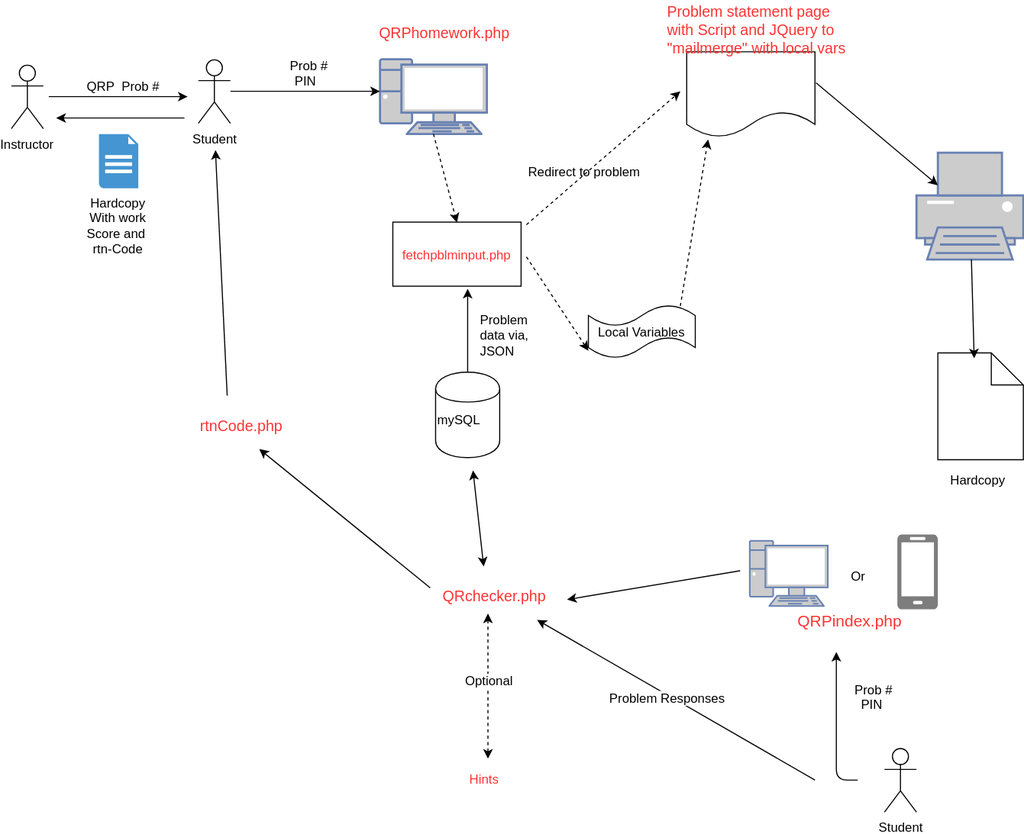
Above: Documentation/QRproblem flow.svg in gwagnerj/QRP (draw.io), before the change. Source tidied: cells renumbered, new cells last; positions are measured from the earlier drawing's top-left corner, leaving out a move shared by most shapes.
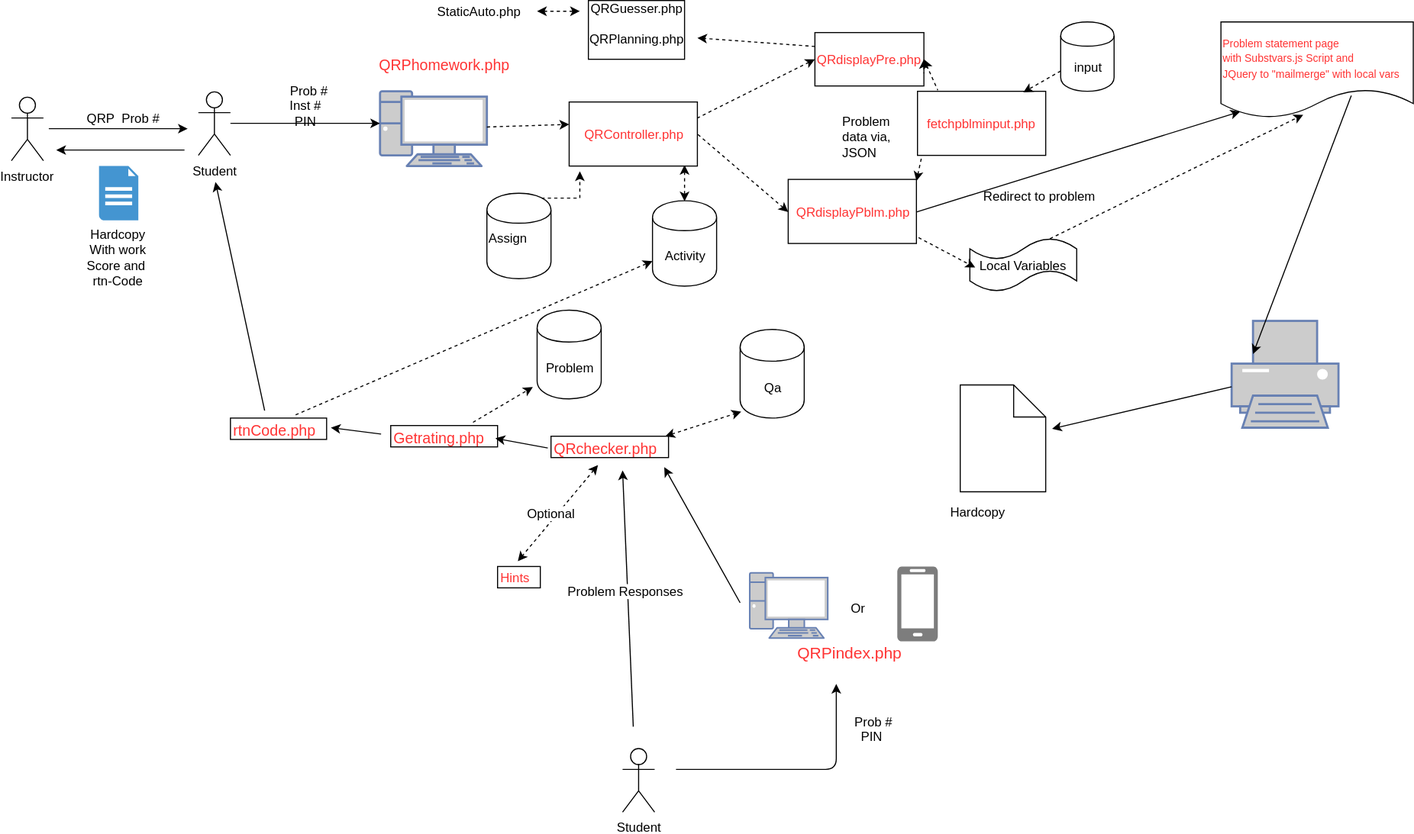
The same file after the commit.

Commit message:
Bug fix in that the pblm num so it is never a game problem

What changed in the source:
```diff
@@ -16,3 +16,3 @@
     </mxCell>
-    <mxCell id="5" value="QRP&amp;nbsp; Prob #" style="text;html=1;strokeColor=none;fillColor=none;align=center;verticalAlign=middle;whiteSpace=wrap;rounded=0;" parent="1" vertex="1">
+    <mxCell id="5" value="QRP&amp;nbsp; Prob #&lt;br&gt;" style="text;html=1;strokeColor=none;fillColor=none;align=center;verticalAlign=middle;whiteSpace=wrap;rounded=0;" parent="1" vertex="1">
       <mxGeometry x="65" y="70" width="80" height="20" as="geometry" />
@@ -25,3 +25,3 @@
     </mxCell>
-    <mxCell id="8" value="&amp;nbsp; Prob #&lt;br&gt;PIN" style="text;html=1;strokeColor=none;fillColor=none;align=center;verticalAlign=middle;whiteSpace=wrap;rounded=0;" parent="1" vertex="1">
+    <mxCell id="8" value="&amp;nbsp; Prob #&lt;br&gt;Inst #&lt;br&gt;PIN" style="text;html=1;strokeColor=none;fillColor=none;align=center;verticalAlign=middle;whiteSpace=wrap;rounded=0;" parent="1" vertex="1">
       <mxGeometry x="251.5" y="55" width="47" height="25" as="geometry" />
@@ -37,36 +37,36 @@
     <mxCell id="10" style="shape=document;whiteSpace=wrap;html=1;boundedLbl=1;" parent="1" vertex="1">
-      <mxGeometry x="632" y="48" width="120" height="80" as="geometry" />
+      <mxGeometry x="1132" y="-10" width="180" height="90" as="geometry" />
     </mxCell>
-    <mxCell id="11" value="&lt;font color=&quot;#ff3333&quot; style=&quot;font-size: 14px&quot;&gt;Problem statement page&lt;br&gt;with Script and JQuery to &lt;br&gt;&quot;mailmerge&quot; with local vars&lt;/font&gt;&lt;br&gt;" style="text;html=1;align=left;verticalAlign=top;spacingTop=-4;" parent="1" vertex="1">
-      <mxGeometry x="612" width="180" height="50" as="geometry" />
+    <mxCell id="11" value="&lt;font color=&quot;#ff3333&quot; style=&quot;font-size: 10px&quot;&gt;Problem statement page&lt;br&gt;with Substvars.js Script and &lt;br&gt;JQuery to &quot;mailmerge&quot; with local vars&lt;/font&gt;&lt;br&gt;" style="text;html=1;align=left;verticalAlign=top;spacingTop=-4;" parent="1" vertex="1">
+      <mxGeometry x="1132" width="180" height="50" as="geometry" />
     </mxCell>
+    <mxCell id="48" style="edgeStyle=orthogonalEdgeStyle;rounded=0;jettySize=auto;html=1;exitX=0.85;exitY=0.05;exitDx=0;exitDy=0;exitPerimeter=0;dashed=1;" parent="1" edge="1" source="12">
+      <mxGeometry relative="1" as="geometry">
+        <mxPoint x="532" y="130" as="targetPoint" />
+      </mxGeometry>
+    </mxCell>
     <mxCell id="12" style="shape=cylinder;whiteSpace=wrap;html=1;boundedLbl=1;backgroundOutline=1;" parent="1" vertex="1">
-      <mxGeometry x="397" y="348" width="60" height="80" as="geometry" />
+      <mxGeometry x="445" y="150.5" width="60" height="80" as="geometry" />
     </mxCell>
-    <mxCell id="13" style="endArrow=classic;html=1;exitX=0.5;exitY=1;exitPerimeter=0;entryX=0.5;entryY=0;dashed=1;" parent="1" edge="1" source="6" target="35">
-      <mxGeometry relative="1" as="geometry" />
+    <mxCell id="13" style="endArrow=classic;html=1;dashed=1;" parent="1" edge="1" source="6">
+      <mxGeometry relative="1" as="geometry">
+        <mxPoint x="522" y="86" as="targetPoint" />
+      </mxGeometry>
     </mxCell>
-    <mxCell id="14" value="mySQL&lt;br&gt;&lt;br&gt;" style="text;html=1;align=left;verticalAlign=top;spacingTop=-4;" parent="1" vertex="1">
-      <mxGeometry x="397" y="383" width="60" height="30" as="geometry" />
+    <mxCell id="14" value="Assign&lt;br&gt;" style="text;html=1;align=left;verticalAlign=top;spacingTop=-4;" parent="1" vertex="1">
+      <mxGeometry x="445" y="182.5" width="50" height="20" as="geometry" />
     </mxCell>
-    <mxCell id="15" style="endArrow=classic;html=1;exitX=0.5;exitY=0;" parent="1" edge="1" source="12">
-      <mxGeometry relative="1" as="geometry">
-        <mxPoint x="427" y="270" as="targetPoint" />
-      </mxGeometry>
-    </mxCell>
     <mxCell id="16" value="Problem&lt;br&gt;data via,&lt;br&gt;JSON&lt;br&gt;" style="text;html=1;align=left;verticalAlign=top;spacingTop=-4;" parent="1" vertex="1">
-      <mxGeometry x="437" y="290" width="60" height="40" as="geometry" />
+      <mxGeometry x="775.5" y="74" width="60" height="40" as="geometry" />
     </mxCell>
+    <mxCell id="49" style="rounded=0;jettySize=auto;html=1;exitX=0.75;exitY=0;exitDx=0;exitDy=0;exitPerimeter=0;entryX=0.428;entryY=0.967;entryDx=0;entryDy=0;dashed=1;startArrow=none;startFill=0;endArrow=classic;endFill=1;entryPerimeter=0;" parent="1" edge="1" source="17" target="10">
+      <mxGeometry relative="1" as="geometry" />
+    </mxCell>
     <mxCell id="17" value="Local Variables" style="shape=tape;whiteSpace=wrap;html=1;" parent="1" vertex="1">
-      <mxGeometry x="540" y="285" width="100" height="50" as="geometry" />
+      <mxGeometry x="897" y="192.5" width="100" height="50" as="geometry" />
     </mxCell>
-    <mxCell id="18" style="endArrow=classic;html=1;dashed=1;exitX=0.86;exitY=0.01;exitPerimeter=0;" parent="1" edge="1" source="17">
-      <mxGeometry relative="1" as="geometry">
-        <mxPoint x="652" y="130" as="targetPoint" />
-      </mxGeometry>
-    </mxCell>
     <mxCell id="19" style="fontColor=#0066CC;verticalAlign=top;verticalLabelPosition=bottom;labelPosition=center;align=center;html=1;outlineConnect=0;fillColor=#CCCCCC;strokeColor=#6881B3;gradientColor=none;gradientDirection=north;strokeWidth=2;shape=mxgraph.networks.printer;" parent="1" vertex="1">
-      <mxGeometry x="847" y="142.5" width="100" height="100" as="geometry" />
+      <mxGeometry x="1142" y="270" width="100" height="100" as="geometry" />
     </mxCell>
-    <mxCell id="20" style="endArrow=classic;html=1;exitX=1.008;exitY=0.363;exitPerimeter=0;entryX=0.2;entryY=0.305;entryPerimeter=0;" parent="1" edge="1" source="10" target="19">
+    <mxCell id="20" style="endArrow=classic;html=1;exitX=0.675;exitY=0.763;exitPerimeter=0;entryX=0.2;entryY=0.305;entryPerimeter=0;exitDx=0;exitDy=0;" parent="1" edge="1" source="10" target="19">
       <mxGeometry relative="1" as="geometry" />
@@ -77,3 +77,3 @@
     <mxCell id="22" style="shape=note;whiteSpace=wrap;html=1;backgroundOutline=1;" parent="1" vertex="1">
-      <mxGeometry x="867" y="330" width="80" height="100" as="geometry" />
+      <mxGeometry x="888" y="330" width="80" height="100" as="geometry" />
     </mxCell>
@@ -93,3 +93,3 @@
       <mxGeometry relative="1" as="geometry">
-        <mxPoint x="792" y="730" as="sourcePoint" />
+        <mxPoint x="622" y="690" as="sourcePoint" />
         <mxPoint x="772" y="610" as="targetPoint" />
@@ -103,18 +103,13 @@
     </mxCell>
-    <mxCell id="29" value="&lt;font style=&quot;font-size: 14px&quot; color=&quot;#ff3333&quot;&gt;QRchecker.php&lt;/font&gt;" style="text;html=1;points=[];align=left;verticalAlign=top;spacingTop=-4;" parent="1" vertex="1">
-      <mxGeometry x="402" y="547" width="110" height="20" as="geometry" />
+    <mxCell id="29" value="&lt;font style=&quot;font-size: 14px&quot; color=&quot;#ff3333&quot;&gt;QRchecker.php&lt;/font&gt;" style="text;html=1;points=[];align=left;verticalAlign=top;spacingTop=-4;strokeColor=#000000;strokeWidth=1;" parent="1" vertex="1">
+      <mxGeometry x="505" y="378" width="110" height="20" as="geometry" />
     </mxCell>
-    <mxCell id="30" value="&lt;font style=&quot;font-size: 14px&quot; color=&quot;#ff3333&quot;&gt;rtnCode.php&lt;/font&gt;" style="text;html=1;points=[];align=left;verticalAlign=top;spacingTop=-4;" parent="1" vertex="1">
-      <mxGeometry x="175" y="388" width="90" height="20" as="geometry" />
+    <mxCell id="30" value="&lt;font style=&quot;font-size: 14px&quot; color=&quot;#ff3333&quot;&gt;rtnCode.php&lt;/font&gt;" style="text;html=1;points=[];align=left;verticalAlign=top;spacingTop=-4;strokeColor=#000000;strokeWidth=1;" parent="1" vertex="1">
+      <mxGeometry x="205" y="361" width="90" height="20" as="geometry" />
     </mxCell>
-    <mxCell id="31" value="&lt;font color=&quot;#ff3333&quot;&gt;Hints&lt;/font&gt;" style="text;html=1;points=[];align=left;verticalAlign=top;spacingTop=-4;" parent="1" vertex="1">
-      <mxGeometry x="427" y="720" width="40" height="20" as="geometry" />
+    <mxCell id="31" value="&lt;font color=&quot;#ff3333&quot;&gt;Hints&lt;/font&gt;" style="text;html=1;points=[];align=left;verticalAlign=top;spacingTop=-4;strokeColor=#000000;" parent="1" vertex="1">
+      <mxGeometry x="455" y="500" width="40" height="20" as="geometry" />
     </mxCell>
-    <mxCell id="32" style="endArrow=classic;startArrow=classic;html=1;exitX=0.4;exitY=1.35;exitPerimeter=0;dashed=1;" parent="1" edge="1" source="29">
-      <mxGeometry relative="1" as="geometry">
-        <mxPoint x="446" y="710" as="targetPoint" />
-        <Array as="points">
-          <mxPoint x="446" y="650" />
-        </Array>
-      </mxGeometry>
+    <mxCell id="32" style="endArrow=classic;startArrow=classic;html=1;exitX=0.4;exitY=1.35;exitPerimeter=0;dashed=1;entryX=0.475;entryY=-0.25;entryDx=0;entryDy=0;entryPerimeter=0;" parent="1" edge="1" source="29" target="31">
+      <mxGeometry relative="1" as="geometry" />
     </mxCell>
@@ -125,29 +120,21 @@
     </mxCell>
-    <mxCell id="34" style="endArrow=classic;html=1;exitX=-0.091;exitY=0.15;exitPerimeter=0;" parent="1" edge="1" source="29">
-      <mxGeometry relative="1" as="geometry">
-        <mxPoint x="232" y="420" as="targetPoint" />
-      </mxGeometry>
+    <mxCell id="34" style="endArrow=classic;html=1;exitX=-0.027;exitY=0.55;exitPerimeter=0;entryX=0.978;entryY=0.6;entryDx=0;entryDy=0;entryPerimeter=0;exitDx=0;exitDy=0;" parent="1" edge="1" source="29" target="65">
+      <mxGeometry relative="1" as="geometry" />
     </mxCell>
     <mxCell id="35" value="&lt;span&gt;&lt;font color=&quot;#ff3333&quot;&gt;fetchpblminput.php&lt;/font&gt;&lt;/span&gt;&lt;br&gt;" style="rounded=0;whiteSpace=wrap;html=1;" parent="1" vertex="1">
-      <mxGeometry x="357" y="207.5" width="120" height="60" as="geometry" />
+      <mxGeometry x="848" y="55" width="120" height="60" as="geometry" />
     </mxCell>
-    <mxCell id="36" style="endArrow=classic;html=1;dashed=1;entryX=0;entryY=0.85;entryPerimeter=0;" parent="1" edge="1" target="17">
+    <mxCell id="36" style="endArrow=classic;html=1;dashed=1;exitX=1.017;exitY=0.908;exitDx=0;exitDy=0;exitPerimeter=0;" parent="1" edge="1" source="56">
       <mxGeometry relative="1" as="geometry">
-        <mxPoint x="482" y="240" as="sourcePoint" />
+        <mxPoint x="902" y="220" as="targetPoint" />
       </mxGeometry>
     </mxCell>
-    <mxCell id="37" style="endArrow=classic;html=1;entryX=0.425;entryY=0.05;entryPerimeter=0;" parent="1" edge="1" source="19" target="22">
+    <mxCell id="37" style="endArrow=classic;html=1;entryX=1.075;entryY=0.41;entryPerimeter=0;entryDx=0;entryDy=0;" parent="1" edge="1" source="19" target="22">
       <mxGeometry relative="1" as="geometry" />
     </mxCell>
-    <mxCell id="38" style="endArrow=classic;html=1;dashed=1;entryX=-0.05;entryY=0.463;entryPerimeter=0;" parent="1" edge="1" target="10">
-      <mxGeometry relative="1" as="geometry">
-        <mxPoint x="482" y="210" as="sourcePoint" />
-      </mxGeometry>
-    </mxCell>
     <mxCell id="39" value="Redirect to problem" style="text;html=1;align=left;verticalAlign=top;spacingTop=-4;" parent="1" vertex="1">
-      <mxGeometry x="482" y="151" width="120" height="20" as="geometry" />
+      <mxGeometry x="908" y="144" width="120" height="20" as="geometry" />
     </mxCell>
-    <mxCell id="40" style="endArrow=classic;html=1;" parent="1" edge="1">
+    <mxCell id="40" style="endArrow=classic;html=1;exitX=0.356;exitY=-0.35;exitDx=0;exitDy=0;exitPerimeter=0;" parent="1" edge="1" source="30">
       <mxGeometry relative="1" as="geometry">
-        <mxPoint x="202" y="370" as="sourcePoint" />
         <mxPoint x="191" y="140" as="targetPoint" />
@@ -162,5 +149,5 @@
     <mxCell id="42" value="Student" style="shape=umlActor;verticalLabelPosition=bottom;labelBackgroundColor=#ffffff;verticalAlign=top;html=1;" parent="1" vertex="1">
-      <mxGeometry x="817" y="700" width="30" height="60" as="geometry" />
+      <mxGeometry x="572" y="670" width="30" height="60" as="geometry" />
     </mxCell>
-    <mxCell id="43" style="endArrow=classic;html=1;entryX=1.073;entryY=0.7;entryPerimeter=0;" parent="1" edge="1" target="29">
+    <mxCell id="43" style="endArrow=classic;html=1;entryX=0.964;entryY=1.45;entryPerimeter=0;entryDx=0;entryDy=0;" parent="1" edge="1" target="29">
       <mxGeometry relative="1" as="geometry">
@@ -169,6 +156,5 @@
     </mxCell>
-    <mxCell id="44" style="endArrow=classic;startArrow=classic;html=1;" parent="1" edge="1">
+    <mxCell id="44" style="endArrow=classic;startArrow=classic;html=1;entryX=0.017;entryY=0.928;entryDx=0;entryDy=0;dashed=1;entryPerimeter=0;" parent="1" edge="1" target="64">
       <mxGeometry relative="1" as="geometry">
-        <mxPoint x="442" y="530" as="sourcePoint" />
-        <mxPoint x="432" y="440" as="targetPoint" />
+        <mxPoint x="612" y="378" as="sourcePoint" />
       </mxGeometry>
@@ -177,4 +163,4 @@
       <mxGeometry relative="1" as="geometry">
-        <mxPoint x="752" y="730" as="sourcePoint" />
-        <mxPoint x="492" y="580" as="targetPoint" />
+        <mxPoint x="582" y="650" as="sourcePoint" />
+        <mxPoint x="572" y="410" as="targetPoint" />
       </mxGeometry>
@@ -187,2 +173,75 @@
     </mxCell>
+    <mxCell id="50" style="edgeStyle=orthogonalEdgeStyle;rounded=0;jettySize=auto;html=1;exitX=0.9;exitY=0.983;exitDx=0;exitDy=0;entryX=0.5;entryY=0;entryDx=0;entryDy=0;exitPerimeter=0;dashed=1;startArrow=classic;startFill=1;" parent="1" edge="1" source="51" target="52">
+      <mxGeometry relative="1" as="geometry" />
+    </mxCell>
+    <mxCell id="51" value="&lt;span&gt;&lt;font color=&quot;#ff3333&quot;&gt;QRController.php&lt;/font&gt;&lt;/span&gt;&lt;br&gt;" style="rounded=0;whiteSpace=wrap;html=1;" parent="1" vertex="1">
+      <mxGeometry x="522" y="65" width="120" height="60" as="geometry" />
+    </mxCell>
+    <mxCell id="52" value="Activity" style="shape=cylinder;whiteSpace=wrap;html=1;boundedLbl=1;backgroundOutline=1;" parent="1" vertex="1">
+      <mxGeometry x="600" y="157.5" width="60" height="80" as="geometry" />
+    </mxCell>
+    <mxCell id="53" style="edgeStyle=none;rounded=0;jettySize=auto;html=1;exitX=1;exitY=0.025;exitDx=0;exitDy=0;entryX=0.033;entryY=1.017;entryDx=0;entryDy=0;entryPerimeter=0;dashed=1;startArrow=classic;startFill=1;endArrow=none;endFill=0;exitPerimeter=0;" parent="1" edge="1" source="56" target="35">
+      <mxGeometry relative="1" as="geometry" />
+    </mxCell>
+    <mxCell id="54" style="edgeStyle=none;rounded=0;jettySize=auto;html=1;exitX=0;exitY=0.5;exitDx=0;exitDy=0;entryX=1;entryY=0.5;entryDx=0;entryDy=0;dashed=1;startArrow=classic;startFill=1;endArrow=none;endFill=0;" parent="1" edge="1" source="56" target="51">
+      <mxGeometry relative="1" as="geometry" />
+    </mxCell>
+    <mxCell id="55" style="rounded=0;jettySize=auto;html=1;exitX=1;exitY=0.5;exitDx=0;exitDy=0;entryX=0.1;entryY=0.933;entryDx=0;entryDy=0;entryPerimeter=0;startArrow=none;startFill=0;endArrow=classic;endFill=1;" parent="1" edge="1" source="56" target="10">
+      <mxGeometry relative="1" as="geometry" />
+    </mxCell>
+    <mxCell id="56" value="&lt;span&gt;&lt;font color=&quot;#ff3333&quot;&gt;QRdisplayPblm.php&lt;/font&gt;&lt;/span&gt;&lt;br&gt;" style="rounded=0;whiteSpace=wrap;html=1;" parent="1" vertex="1">
+      <mxGeometry x="727" y="137.5" width="120" height="60" as="geometry" />
+    </mxCell>
+    <mxCell id="57" style="edgeStyle=none;rounded=0;jettySize=auto;html=1;exitX=0;exitY=0.5;exitDx=0;exitDy=0;entryX=1;entryY=0.25;entryDx=0;entryDy=0;dashed=1;startArrow=classic;startFill=1;endArrow=none;endFill=0;" parent="1" edge="1" source="60" target="51">
+      <mxGeometry relative="1" as="geometry" />
+    </mxCell>
+    <mxCell id="58" style="edgeStyle=none;rounded=0;jettySize=auto;html=1;exitX=1;exitY=0.5;exitDx=0;exitDy=0;entryX=0.158;entryY=-0.017;entryDx=0;entryDy=0;entryPerimeter=0;dashed=1;startArrow=classic;startFill=1;endArrow=none;endFill=0;" parent="1" edge="1" source="60" target="35">
+      <mxGeometry relative="1" as="geometry" />
+    </mxCell>
+    <mxCell id="59" style="edgeStyle=none;rounded=0;jettySize=auto;html=1;exitX=0;exitY=0.25;exitDx=0;exitDy=0;dashed=1;startArrow=none;startFill=0;endArrow=classic;endFill=1;" parent="1" edge="1" source="60">
+      <mxGeometry relative="1" as="geometry">
+        <mxPoint x="642" y="5" as="targetPoint" />
+      </mxGeometry>
+    </mxCell>
+    <mxCell id="60" value="&lt;span&gt;&lt;font color=&quot;#ff3333&quot;&gt;QRdisplayPre.php&lt;/font&gt;&lt;/span&gt;&lt;br&gt;" style="rounded=0;whiteSpace=wrap;html=1;" parent="1" vertex="1">
+      <mxGeometry x="752" width="102" height="50" as="geometry" />
+    </mxCell>
+    <mxCell id="61" style="edgeStyle=none;rounded=0;orthogonalLoop=1;jettySize=auto;html=1;exitX=1;exitY=0.5;exitDx=0;exitDy=0;entryX=1;entryY=0.75;entryDx=0;entryDy=0;dashed=1;startArrow=classic;startFill=1;endArrow=none;endFill=0;" parent="1" edge="1" source="60" target="60">
+      <mxGeometry relative="1" as="geometry" />
+    </mxCell>
+    <mxCell id="62" style="edgeStyle=none;rounded=0;jettySize=auto;html=1;exitX=0;exitY=0.7;exitDx=0;exitDy=0;entryX=0.825;entryY=0.017;entryDx=0;entryDy=0;entryPerimeter=0;startArrow=none;startFill=0;endArrow=classic;endFill=1;dashed=1;" parent="1" edge="1" source="63" target="35">
+      <mxGeometry relative="1" as="geometry" />
+    </mxCell>
+    <mxCell id="63" value="input" style="shape=cylinder;whiteSpace=wrap;html=1;boundedLbl=1;backgroundOutline=1;" parent="1" vertex="1">
+      <mxGeometry x="982" y="-10" width="50" height="65" as="geometry" />
+    </mxCell>
+    <mxCell id="64" value="Qa" style="shape=cylinder;whiteSpace=wrap;html=1;boundedLbl=1;backgroundOutline=1;" parent="1" vertex="1">
+      <mxGeometry x="682" y="278" width="60" height="83" as="geometry" />
+    </mxCell>
+    <mxCell id="65" value="&lt;font style=&quot;font-size: 14px&quot; color=&quot;#ff3333&quot;&gt;Getrating.php&lt;/font&gt;" style="text;html=1;points=[];align=left;verticalAlign=top;spacingTop=-4;strokeColor=#000000;strokeWidth=1;" parent="1" vertex="1">
+      <mxGeometry x="355" y="368" width="100" height="20" as="geometry" />
+    </mxCell>
+    <mxCell id="66" style="endArrow=classic;html=1;entryX=1.044;entryY=0.45;entryDx=0;entryDy=0;entryPerimeter=0;exitX=-0.089;exitY=0.4;exitDx=0;exitDy=0;exitPerimeter=0;" parent="1" edge="1" source="65" target="30">
+      <mxGeometry relative="1" as="geometry" />
+    </mxCell>
+    <mxCell id="67" value="Problem" style="shape=cylinder;whiteSpace=wrap;html=1;boundedLbl=1;backgroundOutline=1;" parent="1" vertex="1">
+      <mxGeometry x="492" y="260" width="60" height="83" as="geometry" />
+    </mxCell>
+    <mxCell id="68" style="endArrow=classic;html=1;dashed=1;exitX=0.77;exitY=-0.15;exitDx=0;exitDy=0;exitPerimeter=0;entryX=-0.067;entryY=0.867;entryDx=0;entryDy=0;entryPerimeter=0;" parent="1" edge="1" source="65" target="67">
+      <mxGeometry relative="1" as="geometry" />
+    </mxCell>
+    <mxCell id="69" style="endArrow=classic;html=1;dashed=1;exitX=0.678;exitY=-0.15;exitDx=0;exitDy=0;exitPerimeter=0;entryX=0;entryY=0.7;entryDx=0;entryDy=0;" parent="1" edge="1" source="30" target="52">
+      <mxGeometry relative="1" as="geometry" />
+    </mxCell>
+    <mxCell id="70" value="QRGuesser.php&lt;br&gt;&lt;br&gt;QRPlanning.php&lt;br&gt;&lt;br&gt;" style="text;html=1;strokeColor=#000000;fillColor=none;align=center;verticalAlign=middle;whiteSpace=wrap;rounded=0;" parent="1" vertex="1">
+      <mxGeometry x="540" y="-30" width="90" height="55" as="geometry" />
+    </mxCell>
+    <mxCell id="71" value="StaticAuto.php" style="text;html=1;strokeColor=none;fillColor=none;align=center;verticalAlign=middle;whiteSpace=wrap;rounded=0;" parent="1" vertex="1">
+      <mxGeometry x="382" y="-30" width="110" height="20" as="geometry" />
+    </mxCell>
+    <mxCell id="72" style="edgeStyle=orthogonalEdgeStyle;rounded=0;jettySize=auto;html=1;dashed=1;startArrow=classic;startFill=1;" parent="1" edge="1" source="71">
+      <mxGeometry relative="1" as="geometry">
+        <mxPoint x="532" y="-20" as="targetPoint" />
+      </mxGeometry>
+    </mxCell>
   </root>
```
